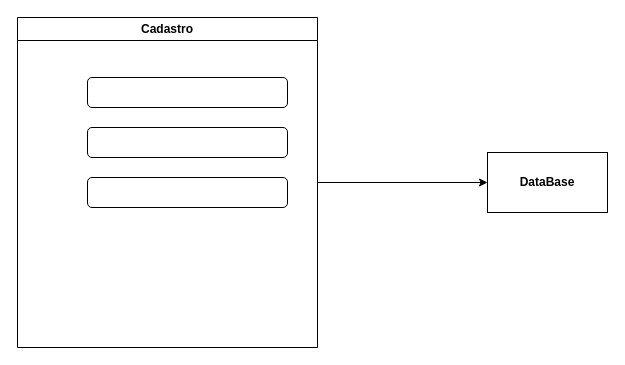
Before: aula-04/Forms_js.drawio in mucasantos/js-libbs-2024, a draw.io diagram. Source tidied: cells renumbered, new cells numbered last; positions are measured from the earlier drawing's top-left corner, leaving out a move shared by most shapes. Both pictures are drawn from the tidied source at 100%, with x=0, y=0 at pixel (17, 17).
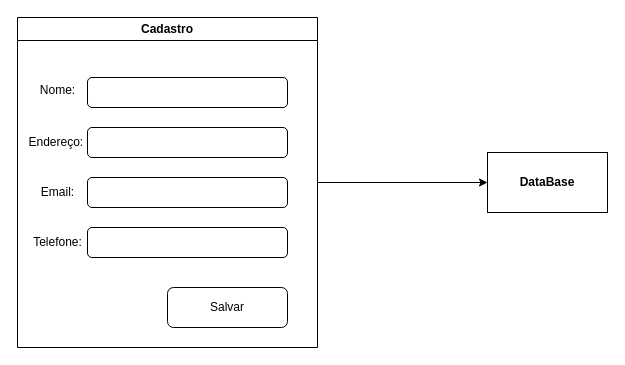
The same page after the edit.

Change to the diagram source:
```diff
@@
 <mxGraphModel>
   <root>
     <mxCell id="0" />
     <mxCell id="1" parent="0" />
     <mxCell id="2" style="edgeStyle=orthogonalEdgeStyle;rounded=0;jettySize=auto;html=1;" parent="1" edge="1" source="3" target="7">
       <mxGeometry relative="1" as="geometry" />
     </mxCell>
     <mxCell id="3" value="Cadastro" style="swimlane;whiteSpace=wrap;html=1;" parent="1" vertex="1">
       <mxGeometry width="300" height="330" as="geometry" />
     </mxCell>
     <mxCell id="4" style="rounded=1;whiteSpace=wrap;html=1;" parent="3" vertex="1">
       <mxGeometry x="70" y="60" width="200" height="30" as="geometry" />
     </mxCell>
     <mxCell id="5" style="rounded=1;whiteSpace=wrap;html=1;" parent="3" vertex="1">
       <mxGeometry x="70" y="110" width="200" height="30" as="geometry" />
     </mxCell>
     <mxCell id="6" style="rounded=1;whiteSpace=wrap;html=1;" parent="3" vertex="1">
       <mxGeometry x="70" y="160" width="200" height="30" as="geometry" />
     </mxCell>
+    <mxCell id="8" value="Endereço:&amp;nbsp;" style="text;html=1;align=center;verticalAlign=middle;strokeColor=none;fillColor=none;" parent="3" vertex="1">
+      <mxGeometry y="110" width="80" height="30" as="geometry" />
+    </mxCell>
+    <mxCell id="9" value="Email:" style="text;html=1;align=center;verticalAlign=middle;strokeColor=none;fillColor=none;" parent="3" vertex="1">
+      <mxGeometry x="10" y="160" width="60" height="30" as="geometry" />
+    </mxCell>
+    <mxCell id="10" value="Telefone:" style="text;html=1;align=center;verticalAlign=middle;strokeColor=none;fillColor=none;" parent="3" vertex="1">
+      <mxGeometry x="5" y="210" width="70" height="30" as="geometry" />
+    </mxCell>
+    <mxCell id="11" style="rounded=1;whiteSpace=wrap;html=1;" parent="3" vertex="1">
+      <mxGeometry x="70" y="210" width="200" height="30" as="geometry" />
+    </mxCell>
+    <mxCell id="12" value="Salvar" style="rounded=1;whiteSpace=wrap;html=1;" parent="3" vertex="1">
+      <mxGeometry x="150" y="270" width="120" height="40" as="geometry" />
+    </mxCell>
     <mxCell id="7" value="DataBase" style="whiteSpace=wrap;html=1;fontStyle=1;startSize=23;" parent="1" vertex="1">
       <mxGeometry x="470" y="135" width="120" height="60" as="geometry" />
     </mxCell>
+    <mxCell id="13" value="Nome:" style="text;html=1;align=center;verticalAlign=middle;strokeColor=none;fillColor=none;" parent="1" vertex="1">
+      <mxGeometry x="10" y="58" width="60" height="30" as="geometry" />
+    </mxCell>
   </root>
 </mxGraphModel>
```
